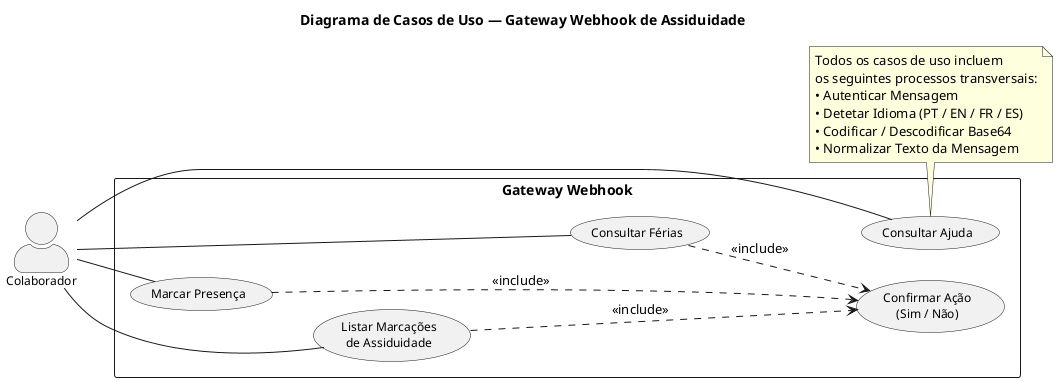
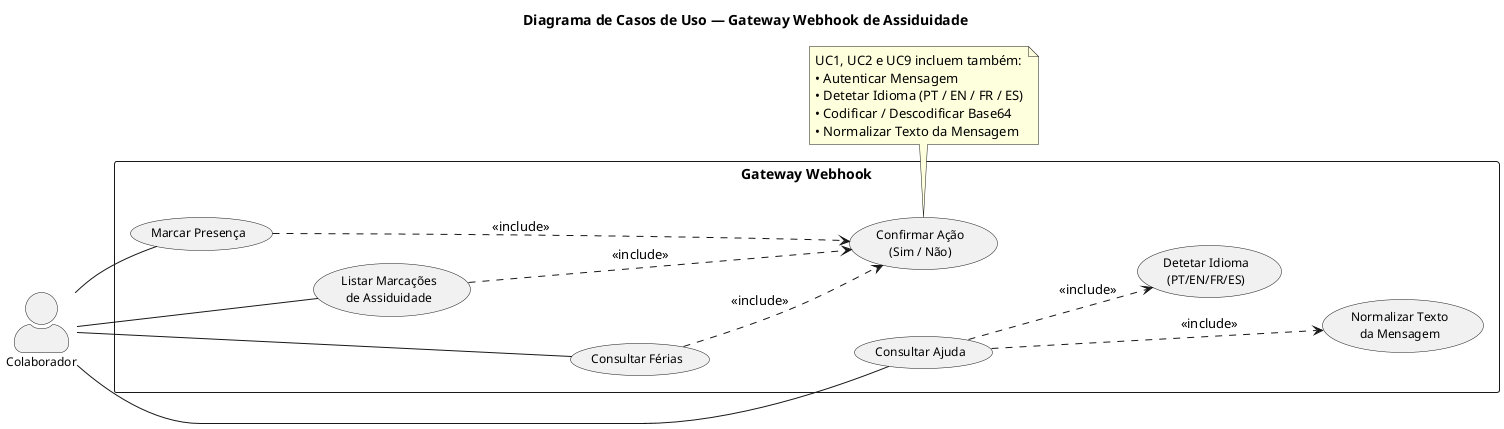
@startuml caso_de_uso
skinparam backgroundColor #FFFFFF
skinparam shadowing false
skinparam defaultFontName "Segoe UI"
skinparam actorStyle awesome
skinparam packageStyle rectangle
skinparam usecaseFontSize 12
skinparam actorFontSize 12
skinparam nodesep 30
skinparam ranksep 40
left to right direction

title Diagrama de Casos de Uso — Gateway Webhook de Assiduidade

' ─── Ator ─────────────────────────────────────────────────
actor "Colaborador" as user

' ─── Sistema ──────────────────────────────────────────────
rectangle "Gateway Webhook" {

    ' ─── Casos de uso principais ───────────────────────────
    usecase "Marcar Presença" as UC1
    usecase "Listar Marcações\nde Assiduidade" as UC2
    usecase "Consultar Férias" as UC9
    usecase "Consultar Ajuda" as UC3

-     ' ─── Include único por funcionalidade ──────────────────
+     ' ─── Processos partilhados (apenas os visíveis no diagrama) ─
    usecase "Confirmar Ação\n(Sim / Não)" as UC4
+     usecase "Detetar Idioma\n(PT/EN/FR/ES)" as UC6
+     usecase "Normalizar Texto\nda Mensagem" as UC8

-     ' ─── Ordenação vertical dos casos de uso ───────────────
+     ' ─── Ordenação vertical ────────────────────────────────
    UC1 -[hidden]down- UC2
    UC2 -[hidden]down- UC9
    UC9 -[hidden]down- UC3

-     ' ─── Relações include (apenas as distintas) ────────────
+     UC4 -[hidden]down- UC6
+     UC6 -[hidden]down- UC8
+ 
+     UC1 -[hidden]right- UC4
+ 
+     ' ─── UC1, UC2, UC9: confirmação (único distinto no diagrama)
    UC1 ..> UC4 : <<include>>
    UC2 ..> UC4 : <<include>>
    UC9 ..> UC4 : <<include>>
+ 
+     ' ─── UC3 (Ajuda): apenas deteção de idioma e normalização
+     UC3 ..> UC6 : <<include>>
+     UC3 ..> UC8 : <<include>>
}

' ─── Ligações Ator → Casos de Uso ────────────────────────
user -- UC1
user -- UC2
user -- UC9
user -- UC3

- ' ─── Nota: processos transversais ─────────────────────────
- note bottom of UC3
-   Todos os casos de uso incluem
-   os seguintes processos transversais:
+ ' ─── Nota: processos transversais de UC1, UC2 e UC9 ───────
+ note bottom of UC4
+   UC1, UC2 e UC9 incluem também:
  • Autenticar Mensagem
  • Detetar Idioma (PT / EN / FR / ES)
  • Codificar / Descodificar Base64
  • Normalizar Texto da Mensagem
end note

@enduml
